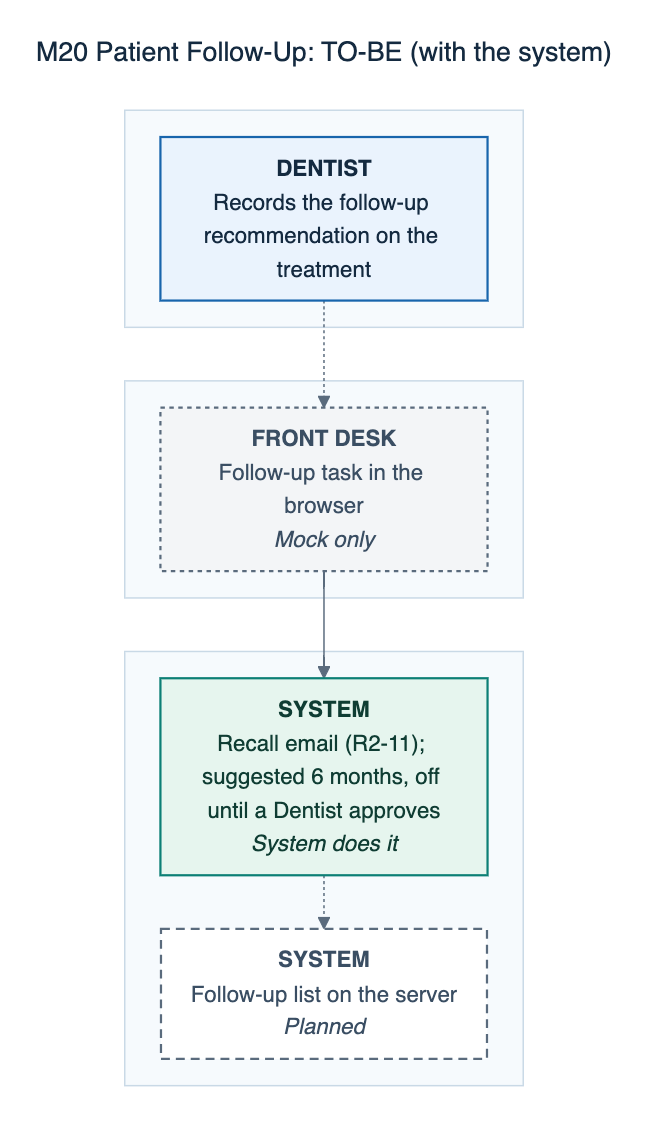
The Mermaid diagram docs/defense/diagrams/png/M20-patient-follow-up-to-be.png in 0phem/multibranch-dental-clinic, before a commit. Its source is kept beside it as docs/defense/diagrams/M20-patient-follow-up-to-be.mmd.
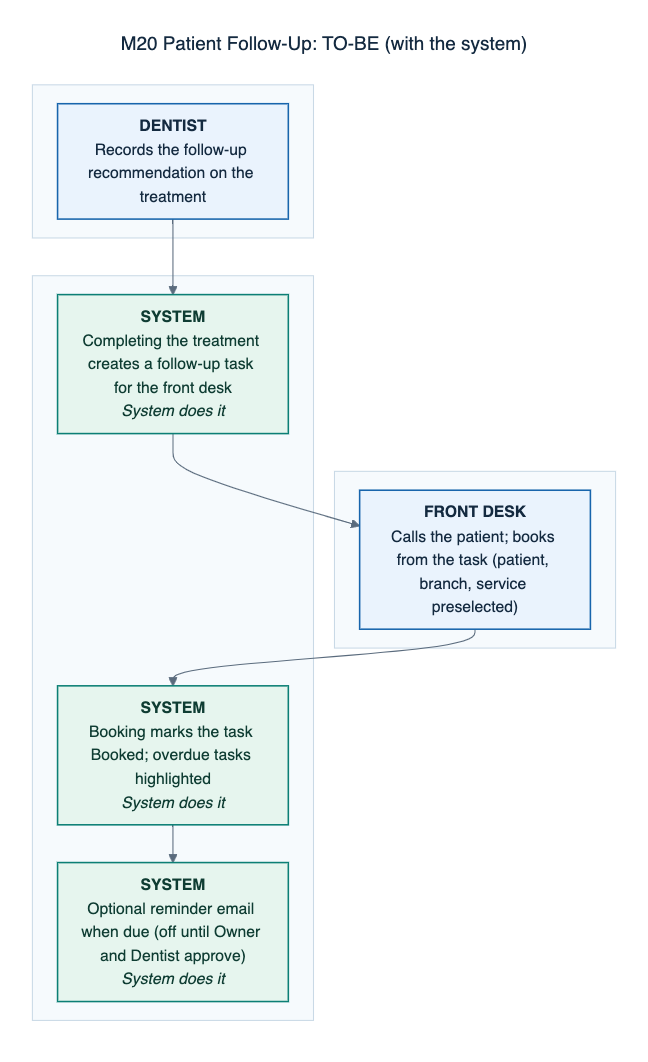
After the change.

Change to the diagram source:
```diff
@@ -4,7 +4,7 @@
 flowchart TB
     subgraph L1[" "]
     direction LR
-      S1["<b>FRONT DESK</b><br/>Follow-up task in the browser<br/><i>Mock only</i>"]:::mock
+      S2["<b>FRONT DESK</b><br/>Calls the patient; books from the task (patient, branch, service preselected)"]:::manual
     end
     subgraph L2[" "]
     direction LR
@@ -12,12 +12,14 @@
     end
     subgraph L4[" "]
     direction LR
-      S2["<b>SYSTEM</b><br/>Recall email (R2-11); suggested 6 months, off until a Dentist approves<br/><i>System does it</i>"]:::auto
-      S3["<b>SYSTEM</b><br/>Follow-up list on the server<br/><i>Planned</i>"]:::planned
+      S1["<b>SYSTEM</b><br/>Completing the treatment creates a follow-up task for the front desk<br/><i>System does it</i>"]:::auto
+      S3["<b>SYSTEM</b><br/>Booking marks the task Booked; overdue tasks highlighted<br/><i>System does it</i>"]:::auto
+      S4["<b>SYSTEM</b><br/>Optional reminder email when due (off until Owner and Dentist approve)<br/><i>System does it</i>"]:::auto
     end
-    S0 -.-> S1
+    S0 --> S1
     S1 --> S2
-    S2 -.-> S3
+    S2 --> S3
+    S3 --> S4
     classDef cited fill:#eaf3fd,stroke:#1865ac,color:#142a40,stroke-width:1.5px
     classDef confirm fill:#fffaf0,stroke:#b26a00,color:#5e3c00,stroke-width:1.5px,stroke-dasharray:6 4
     classDef auto fill:#e6f5ee,stroke:#0c7f75,color:#0f3d33,stroke-width:1.5px
```
